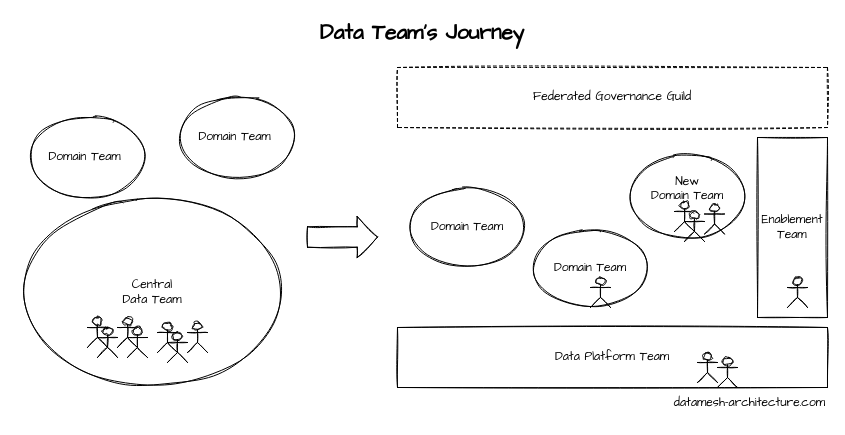
datamesh-architecture/datamesh-architecture.com keeps this draw.io diagram as diagrams/datateamjourney.drawio. Above is the earlier version. Source tidied: cells renumbered, new cells numbered last; positions are measured from the earlier drawing's top-left corner, leaving out a move shared by most shapes. Both pictures are drawn from the tidied source at 100%, with x=0, y=0 at pixel (17, 17).
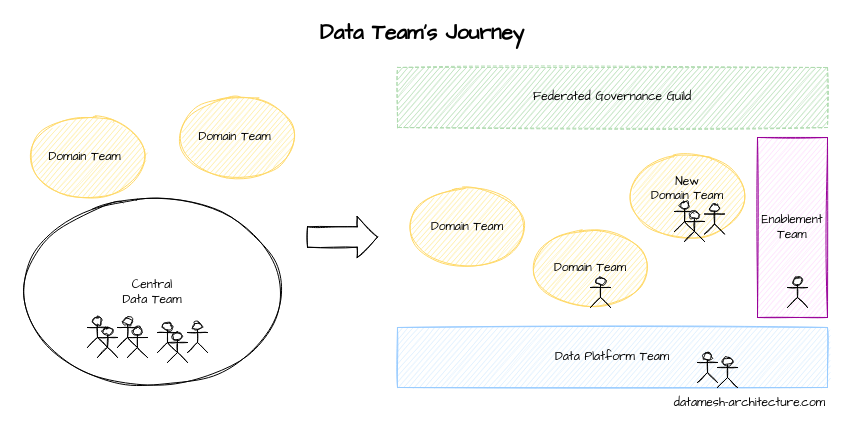
Above is the later version.

The edit, as a diff of the source:
```diff
@@
-    <mxCell id="3" value="New&lt;br&gt;Domain Team&lt;br&gt;&amp;nbsp;" style="ellipse;whiteSpace=wrap;html=1;sketch=1;fontFamily=Architects Daughter;" parent="1" vertex="1">
+    <mxCell id="3" value="New&lt;br&gt;Domain Team&lt;br&gt;&amp;nbsp;" style="ellipse;whiteSpace=wrap;html=1;sketch=1;fontFamily=Architects Daughter;strokeColor=#FFD966;fillColor=#FFEB99;" parent="1" vertex="1">
       <mxGeometry x="610" y="139" width="120" height="80" as="geometry" />
     </mxCell>
-    <mxCell id="4" value="Domain Team" style="ellipse;whiteSpace=wrap;html=1;sketch=1;fontFamily=Architects Daughter;" parent="1" vertex="1">
+    <mxCell id="4" value="Domain Team" style="ellipse;whiteSpace=wrap;html=1;sketch=1;fontFamily=Architects Daughter;strokeColor=#FFD966;fillColor=#FFEB99;" parent="1" vertex="1">
       <mxGeometry x="513" y="211" width="120" height="80" as="geometry" />
     </mxCell>
-    <mxCell id="5" value="Domain Team" style="ellipse;whiteSpace=wrap;html=1;sketch=1;fontFamily=Architects Daughter;" parent="1" vertex="1">
+    <mxCell id="5" value="Domain Team" style="ellipse;whiteSpace=wrap;html=1;sketch=1;fontFamily=Architects Daughter;strokeColor=#FFD966;fillColor=#FFEB99;" parent="1" vertex="1">
       <mxGeometry x="390" y="169" width="120" height="81" as="geometry" />
     </mxCell>
@@
-    <mxCell id="7" value="Data Platform Team" style="rounded=0;whiteSpace=wrap;html=1;sketch=1;fontFamily=Architects Daughter;" parent="1" vertex="1">
+    <mxCell id="7" value="Data Platform Team" style="rounded=0;whiteSpace=wrap;html=1;sketch=1;fontFamily=Architects Daughter;strokeColor=#99CCFF;fillColor=#D9EDFF;" parent="1" vertex="1">
       <mxGeometry x="380" y="310" width="430" height="60" as="geometry" />
     </mxCell>
-    <mxCell id="8" value="Enablement Team" style="rounded=0;whiteSpace=wrap;html=1;sketch=1;fontFamily=Architects Daughter;" parent="1" vertex="1">
+    <mxCell id="8" value="Enablement Team" style="rounded=0;whiteSpace=wrap;html=1;sketch=1;fontFamily=Architects Daughter;strokeColor=#990099;fillColor=#FFDBFD;" parent="1" vertex="1">
       <mxGeometry x="740" y="120" width="70" height="180" as="geometry" />
     </mxCell>
-    <mxCell id="9" value="Federated Governance Guild" style="rounded=0;whiteSpace=wrap;html=1;dashed=1;sketch=1;fontFamily=Architects Daughter;" parent="1" vertex="1">
+    <mxCell id="9" value="Federated Governance Guild" style="rounded=0;whiteSpace=wrap;html=1;dashed=1;sketch=1;fontFamily=Architects Daughter;fillColor=#AFDBAF;strokeColor=#AFDBAF;" parent="1" vertex="1">
       <mxGeometry x="380" y="50" width="430" height="60" as="geometry" />
     </mxCell>
@@
-    <mxCell id="19" value="Domain Team&amp;nbsp;" style="ellipse;whiteSpace=wrap;html=1;sketch=1;fontFamily=Architects Daughter;" parent="1" vertex="1">
+    <mxCell id="19" value="Domain Team&amp;nbsp;" style="ellipse;whiteSpace=wrap;html=1;sketch=1;fontFamily=Architects Daughter;strokeColor=#FFD966;fillColor=#FFEB99;" parent="1" vertex="1">
       <mxGeometry x="10" y="100" width="120" height="80" as="geometry" />
     </mxCell>
-    <mxCell id="20" value="Domain Team&amp;nbsp;" style="ellipse;whiteSpace=wrap;html=1;sketch=1;fontFamily=Architects Daughter;" parent="1" vertex="1">
+    <mxCell id="20" value="Domain Team&amp;nbsp;" style="ellipse;whiteSpace=wrap;html=1;sketch=1;fontFamily=Architects Daughter;strokeColor=#FFD966;fillColor=#FFEB99;" parent="1" vertex="1">
       <mxGeometry x="160" y="80" width="120" height="80" as="geometry" />
     </mxCell>
```
